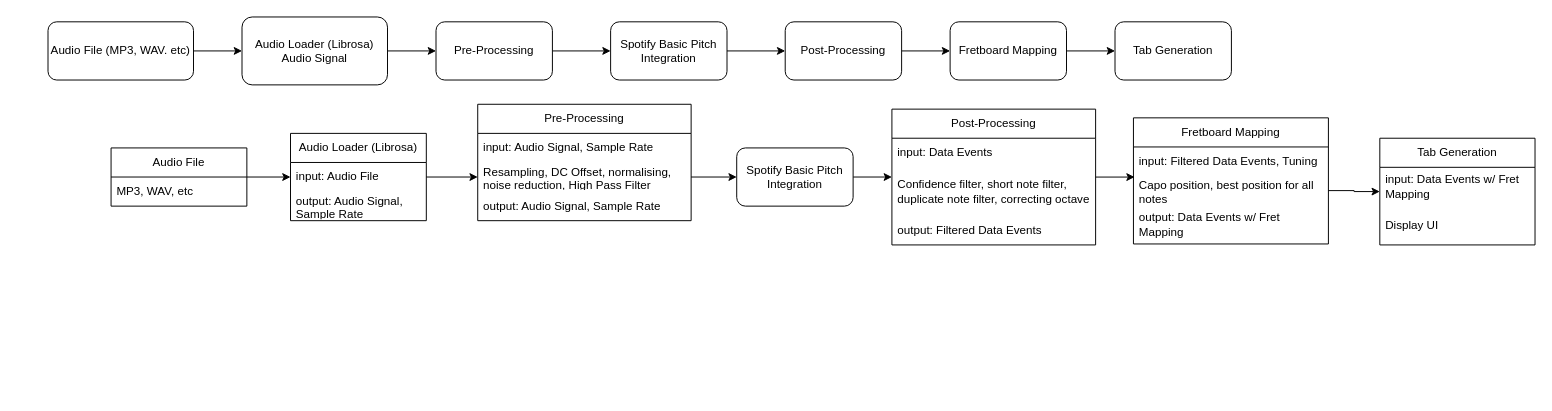
Before: docs/images/Process Pipeline.drawio in 1102Aryan/intelligent-guitar-practice, a draw.io diagram. Source tidied: cells renumbered, new cells numbered last; positions are measured from the earlier drawing's top-left corner, leaving out a move shared by most shapes. Both pictures are drawn from the tidied source at 97%, with x=0, y=0 at pixel (48, 16).
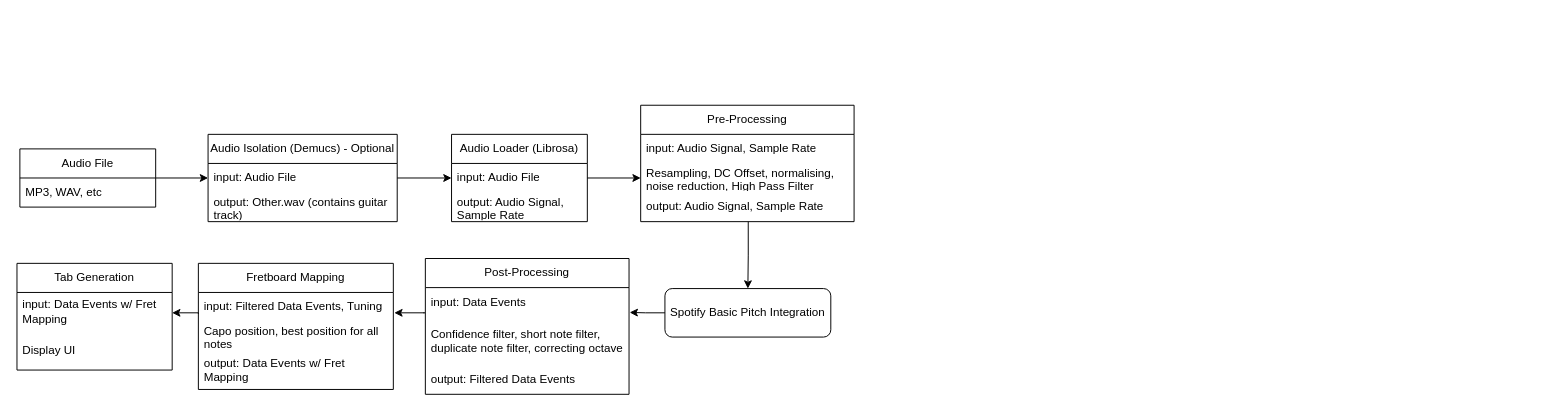
The same diagram, later.

The change refers to these unchanged cells:
```xml
<mxCell id="19" value="input: Audio File" style="text;strokeColor=none;fillColor=none;align=left;verticalAlign=middle;spacingLeft=4;spacingRight=4;overflow=hidden;points=[[0,0.5],[1,0.5]];portConstraint=eastwest;whiteSpace=wrap;html=1;" parent="18" vertex="1">
  <mxGeometry y="30" width="140" height="30" as="geometry" />
</mxCell>
<mxCell id="23" value="Resampling, DC Offset, normalising, noise reduction, High Pass Filter" style="text;strokeColor=none;fillColor=none;align=left;verticalAlign=middle;spacingLeft=4;spacingRight=4;overflow=hidden;points=[[0,0.5],[1,0.5]];portConstraint=eastwest;whiteSpace=wrap;html=1;" parent="21" vertex="1">
  <mxGeometry y="60" width="220" height="30" as="geometry" />
</mxCell>
<mxCell id="24" value="output: Audio Signal, Sample Rate" style="text;strokeColor=none;fillColor=none;align=left;verticalAlign=middle;spacingLeft=4;spacingRight=4;overflow=hidden;points=[[0,0.5],[1,0.5]];portConstraint=eastwest;whiteSpace=wrap;html=1;" parent="21" vertex="1">
  <mxGeometry y="90" width="220" height="30" as="geometry" />
</mxCell>
<mxCell id="28" value="input: Data Events" style="text;strokeColor=none;fillColor=none;align=left;verticalAlign=middle;spacingLeft=4;spacingRight=4;overflow=hidden;points=[[0,0.5],[1,0.5]];portConstraint=eastwest;whiteSpace=wrap;html=1;" parent="27" vertex="1">
  <mxGeometry y="30" width="210" height="30" as="geometry" />
</mxCell>
<mxCell id="29" value="Confidence filter, short note filter, duplicate note filter, correcting octave" style="text;strokeColor=none;fillColor=none;align=left;verticalAlign=middle;spacingLeft=4;spacingRight=4;overflow=hidden;points=[[0,0.5],[1,0.5]];portConstraint=eastwest;whiteSpace=wrap;html=1;" parent="27" vertex="1">
  <mxGeometry y="60" width="210" height="50" as="geometry" />
</mxCell>
<mxCell id="34" value="input: Filtered Data Events, Tuning" style="text;strokeColor=none;fillColor=none;align=left;verticalAlign=middle;spacingLeft=4;spacingRight=4;overflow=hidden;points=[[0,0.5],[1,0.5]];portConstraint=eastwest;whiteSpace=wrap;html=1;" parent="33" vertex="1">
  <mxGeometry y="30" width="201" height="30" as="geometry" />
</mxCell>
<mxCell id="35" value="Capo position, best position for all notes" style="text;strokeColor=none;fillColor=none;align=left;verticalAlign=middle;spacingLeft=4;spacingRight=4;overflow=hidden;points=[[0,0.5],[1,0.5]];portConstraint=eastwest;whiteSpace=wrap;html=1;" parent="33" vertex="1">
  <mxGeometry y="60" width="201" height="30" as="geometry" />
</mxCell>
```

What changed in the source:
```diff
@@
-    <mxCell id="2" style="edgeStyle=orthogonalEdgeStyle;rounded=0;jettySize=auto;html=1;" parent="1" edge="1" source="3" target="5">
-      <mxGeometry relative="1" as="geometry" />
-    </mxCell>
-    <mxCell id="3" value="Audio File (MP3, WAV. etc)" style="rounded=1;whiteSpace=wrap;html=1;" parent="1" vertex="1">
-      <mxGeometry y="5" width="150" height="60" as="geometry" />
-    </mxCell>
-    <mxCell id="4" style="edgeStyle=orthogonalEdgeStyle;rounded=0;jettySize=auto;html=1;" parent="1" edge="1" source="5" target="7">
-      <mxGeometry relative="1" as="geometry" />
-    </mxCell>
-    <mxCell id="5" value="Audio Loader (Librosa) Audio Signal" style="whiteSpace=wrap;html=1;rounded=1;" parent="1" vertex="1">
-      <mxGeometry x="200" width="150" height="70" as="geometry" />
-    </mxCell>
-    <mxCell id="6" style="edgeStyle=orthogonalEdgeStyle;rounded=0;jettySize=auto;html=1;" parent="1" edge="1" source="7" target="9">
-      <mxGeometry relative="1" as="geometry" />
-    </mxCell>
-    <mxCell id="7" value="Pre-Processing" style="whiteSpace=wrap;html=1;rounded=1;" parent="1" vertex="1">
-      <mxGeometry x="400" y="5" width="120" height="60" as="geometry" />
-    </mxCell>
-    <mxCell id="8" style="edgeStyle=orthogonalEdgeStyle;rounded=0;jettySize=auto;html=1;" parent="1" edge="1" source="9" target="11">
-      <mxGeometry relative="1" as="geometry" />
-    </mxCell>
-    <mxCell id="9" value="Spotify Basic Pitch Integration" style="whiteSpace=wrap;html=1;rounded=1;" parent="1" vertex="1">
-      <mxGeometry x="580" y="5" width="120" height="60" as="geometry" />
-    </mxCell>
-    <mxCell id="10" style="edgeStyle=orthogonalEdgeStyle;rounded=0;jettySize=auto;html=1;" parent="1" edge="1" source="11" target="13">
-      <mxGeometry relative="1" as="geometry" />
-    </mxCell>
-    <mxCell id="11" value="Post-Processing" style="whiteSpace=wrap;html=1;rounded=1;" parent="1" vertex="1">
-      <mxGeometry x="760" y="5" width="120" height="60" as="geometry" />
-    </mxCell>
-    <mxCell id="12" style="edgeStyle=orthogonalEdgeStyle;rounded=0;jettySize=auto;html=1;" parent="1" edge="1" source="13" target="14">
-      <mxGeometry relative="1" as="geometry" />
-    </mxCell>
-    <mxCell id="13" value="Fretboard Mapping" style="whiteSpace=wrap;html=1;rounded=1;" parent="1" vertex="1">
-      <mxGeometry x="930" y="5" width="120" height="60" as="geometry" />
-    </mxCell>
-    <mxCell id="14" value="Tab Generation" style="whiteSpace=wrap;html=1;rounded=1;" parent="1" vertex="1">
-      <mxGeometry x="1100" y="5" width="120" height="60" as="geometry" />
-    </mxCell>
-    <mxCell id="15" style="edgeStyle=orthogonalEdgeStyle;rounded=0;jettySize=auto;html=1;entryX=0;entryY=0.5;entryDx=0;entryDy=0;" parent="1" edge="1" source="16" target="19">
+    <mxCell id="15" style="edgeStyle=orthogonalEdgeStyle;rounded=0;jettySize=auto;html=1;entryX=0;entryY=0.5;entryDx=0;entryDy=0;" parent="1" edge="1" source="16" target="43">
       <mxGeometry relative="1" as="geometry" />
     </mxCell>
     <mxCell id="16" value="Audio File" style="swimlane;fontStyle=0;horizontal=1;startSize=30;whiteSpace=wrap;html=1;" parent="1" vertex="1">
-      <mxGeometry x="65" y="135" width="140" height="60" as="geometry" />
+      <mxGeometry x="-29" y="136" width="140" height="60" as="geometry" />
     </mxCell>
@@
     <mxCell id="18" value="Audio Loader (Librosa)" style="swimlane;fontStyle=0;horizontal=1;startSize=30;whiteSpace=wrap;html=1;" parent="1" vertex="1">
-      <mxGeometry x="250" y="120" width="140" height="90" as="geometry" />
+      <mxGeometry x="416" y="121" width="140" height="90" as="geometry" />
     </mxCell>
@@
     <mxCell id="21" value="Pre-Processing" style="swimlane;fontStyle=0;horizontal=1;startSize=30;whiteSpace=wrap;html=1;" parent="1" vertex="1">
-      <mxGeometry x="443" y="90" width="220" height="120" as="geometry" />
+      <mxGeometry x="611" y="91" width="220" height="120" as="geometry" />
     </mxCell>
@@
-    <mxCell id="25" style="edgeStyle=orthogonalEdgeStyle;rounded=0;jettySize=auto;html=1;entryX=0;entryY=0.5;entryDx=0;entryDy=0;" parent="1" edge="1" source="26" target="27">
-      <mxGeometry relative="1" as="geometry" />
-    </mxCell>
     <mxCell id="26" value="Spotify Basic Pitch Integration" style="whiteSpace=wrap;html=1;rounded=1;" parent="1" vertex="1">
-      <mxGeometry x="710" y="135" width="120" height="60" as="geometry" />
+      <mxGeometry x="636" y="280" width="171" height="50" as="geometry" />
     </mxCell>
     <mxCell id="27" value="Post-Processing" style="swimlane;fontStyle=0;horizontal=1;startSize=30;whiteSpace=wrap;html=1;" parent="1" vertex="1">
-      <mxGeometry x="870" y="95" width="210" height="140" as="geometry" />
+      <mxGeometry x="389" y="249" width="210" height="140" as="geometry" />
     </mxCell>
@@
-    <mxCell id="31" style="edgeStyle=orthogonalEdgeStyle;rounded=0;jettySize=auto;html=1;entryX=0;entryY=0.5;entryDx=0;entryDy=0;" parent="1" edge="1" source="23" target="26">
-      <mxGeometry relative="1" as="geometry" />
-    </mxCell>
-    <mxCell id="32" style="edgeStyle=orthogonalEdgeStyle;rounded=0;jettySize=auto;html=1;entryX=0;entryY=0.5;entryDx=0;entryDy=0;" parent="1" edge="1" source="19" target="23">
-      <mxGeometry relative="1" as="geometry" />
-    </mxCell>
     <mxCell id="33" value="Fretboard Mapping" style="swimlane;fontStyle=0;horizontal=1;startSize=30;whiteSpace=wrap;html=1;" parent="1" vertex="1">
-      <mxGeometry x="1119" y="104" width="201" height="130" as="geometry" />
+      <mxGeometry x="155" y="254" width="201" height="130" as="geometry" />
     </mxCell>
@@
-    <mxCell id="37" style="edgeStyle=orthogonalEdgeStyle;rounded=0;jettySize=auto;html=1;entryX=0.006;entryY=1.035;entryDx=0;entryDy=0;entryPerimeter=0;" parent="1" edge="1" source="29" target="34">
-      <mxGeometry relative="1" as="geometry">
-        <Array as="points">
-          <mxPoint x="1120" y="165" />
-          <mxPoint x="1120" y="166" />
-        </Array>
-      </mxGeometry>
-    </mxCell>
     <mxCell id="38" value="Tab Generation" style="swimlane;fontStyle=0;horizontal=1;startSize=30;whiteSpace=wrap;html=1;" parent="1" vertex="1">
-      <mxGeometry x="1373" y="125" width="160" height="110" as="geometry" />
+      <mxGeometry x="-32" y="254" width="160" height="110" as="geometry" />
     </mxCell>
@@
-    <mxCell id="41" style="edgeStyle=orthogonalEdgeStyle;rounded=0;jettySize=auto;html=1;exitX=1;exitY=0.5;exitDx=0;exitDy=0;entryX=0;entryY=0.5;entryDx=0;entryDy=0;" parent="1" edge="1" source="35" target="38">
-      <mxGeometry relative="1" as="geometry" />
-    </mxCell>
+    <mxCell id="42" value="Audio Isolation (Demucs) - Optional" style="swimlane;fontStyle=0;horizontal=1;startSize=30;whiteSpace=wrap;html=1;" parent="1" vertex="1">
+      <mxGeometry x="165" y="121" width="195" height="90" as="geometry" />
+    </mxCell>
+    <mxCell id="43" value="input: Audio File" style="text;strokeColor=none;fillColor=none;align=left;verticalAlign=middle;spacingLeft=4;spacingRight=4;overflow=hidden;points=[[0,0.5],[1,0.5]];portConstraint=eastwest;whiteSpace=wrap;html=1;" parent="42" vertex="1">
+      <mxGeometry y="30" width="195" height="30" as="geometry" />
+    </mxCell>
+    <mxCell id="44" value="output: Other.wav (contains guitar track)" style="text;strokeColor=none;fillColor=none;align=left;verticalAlign=middle;spacingLeft=4;spacingRight=4;overflow=hidden;whiteSpace=wrap;html=1;" parent="42" vertex="1">
+      <mxGeometry y="60" width="195" height="30" as="geometry" />
+    </mxCell>
+    <mxCell id="45" style="edgeStyle=orthogonalEdgeStyle;rounded=0;jettySize=auto;html=1;entryX=0;entryY=0.5;entryDx=0;entryDy=0;" parent="1" edge="1" source="43" target="19">
+      <mxGeometry relative="1" as="geometry" />
+    </mxCell>
+    <mxCell id="46" style="edgeStyle=orthogonalEdgeStyle;rounded=0;jettySize=auto;html=1;entryX=1.003;entryY=0.853;entryDx=0;entryDy=0;entryPerimeter=0;" parent="1" edge="1" source="26" target="28">
+      <mxGeometry relative="1" as="geometry" />
+    </mxCell>
+    <mxCell id="47" style="edgeStyle=orthogonalEdgeStyle;rounded=0;orthogonalLoop=1;jettySize=auto;html=1;" parent="1" edge="1">
+      <mxGeometry relative="1" as="geometry">
+        <mxPoint x="387" y="305" as="sourcePoint" />
+        <mxPoint x="357" y="305" as="targetPoint" />
+        <Array as="points">
+          <mxPoint x="388.4" y="305" />
+        </Array>
+      </mxGeometry>
+    </mxCell>
+    <mxCell id="32" style="edgeStyle=orthogonalEdgeStyle;rounded=0;jettySize=auto;html=1;exitX=1;exitY=0.5;exitDx=0;exitDy=0;entryX=0;entryY=0.5;entryDx=0;entryDy=0;" parent="1" edge="1" source="19" target="23">
+      <mxGeometry relative="1" as="geometry" />
+    </mxCell>
+    <mxCell id="48" style="edgeStyle=orthogonalEdgeStyle;rounded=0;jettySize=auto;html=1;entryX=0.5;entryY=0;entryDx=0;entryDy=0;exitX=0.504;exitY=1.005;exitDx=0;exitDy=0;exitPerimeter=0;" parent="1" edge="1" source="24" target="26">
+      <mxGeometry relative="1" as="geometry" />
+    </mxCell>
+    <mxCell id="49" style="edgeStyle=orthogonalEdgeStyle;rounded=0;orthogonalLoop=1;jettySize=auto;html=1;entryX=1;entryY=0.5;entryDx=0;entryDy=0;" parent="1" edge="1">
+      <mxGeometry relative="1" as="geometry">
+        <mxPoint x="155" y="306" as="sourcePoint" />
+        <mxPoint x="128" y="305" as="targetPoint" />
+        <Array as="points">
+          <mxPoint x="155" y="305" />
+        </Array>
+      </mxGeometry>
+    </mxCell>
```
